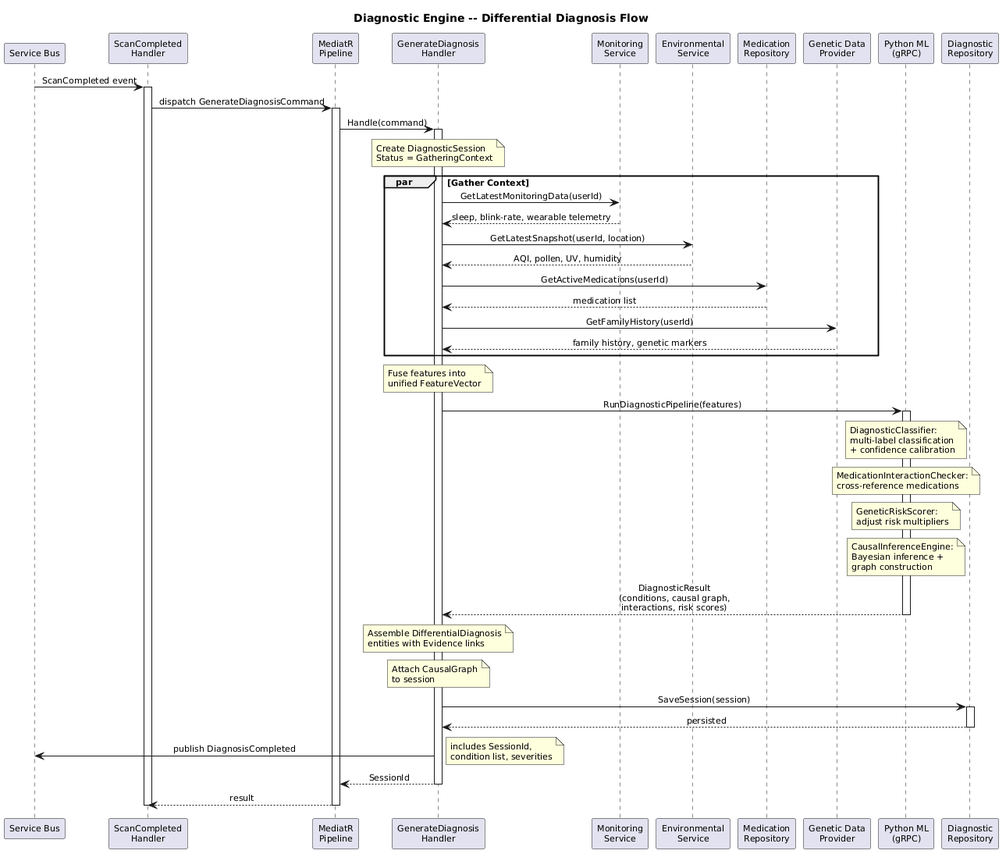
QuinntyneBrown/ClearEyeQ keeps this PlantUML diagram as docs/detailed-design/05-diagnostic-engine/seq-differential-diagnosis.png. Above is the earlier version.
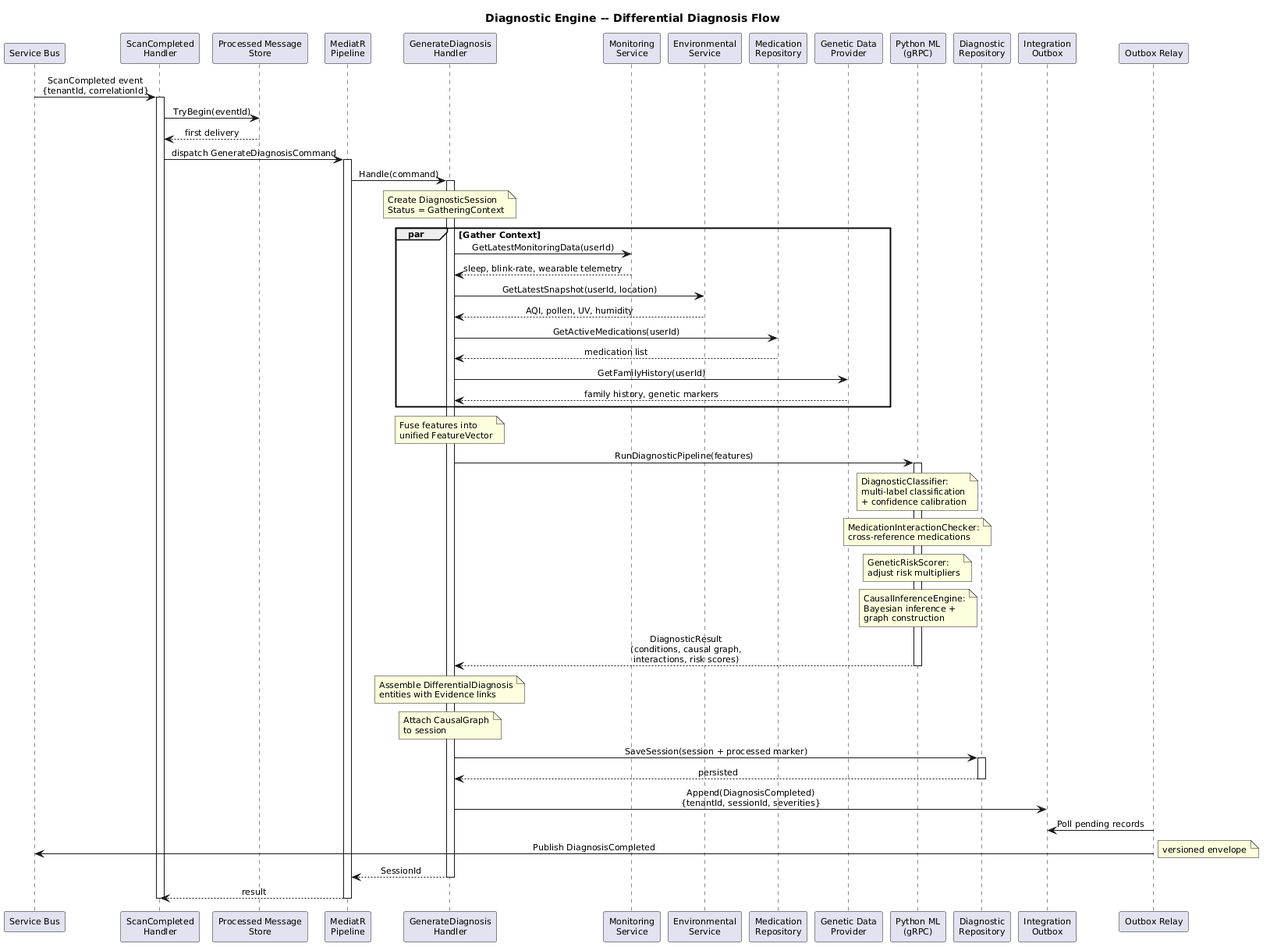
Above is the later version.

Diff of the diagram source:
```diff
@@ -6,6 +6,7 @@
 
 participant "Service Bus" as Bus
 participant "ScanCompleted\nHandler" as Handler
+participant "Processed Message\nStore" as Inbox
 participant "MediatR\nPipeline" as MediatR
 participant "GenerateDiagnosis\nHandler" as CmdHandler
 participant "Monitoring\nService" as MonSvc
@@ -14,9 +15,14 @@
 participant "Genetic Data\nProvider" as GenProv
 participant "Python ML\n(gRPC)" as ML
 participant "Diagnostic\nRepository" as Repo
+participant "Integration\nOutbox" as Outbox
+participant "Outbox Relay" as Relay
 
-Bus -> Handler : ScanCompleted event
+Bus -> Handler : ScanCompleted event\n{tenantId, correlationId}
 activate Handler
+
+Handler -> Inbox : TryBegin(eventId)
+Inbox --> Handler : first delivery
 
 Handler -> MediatR : dispatch GenerateDiagnosisCommand
 activate MediatR
@@ -57,13 +63,15 @@
 
 note over CmdHandler : Attach CausalGraph\nto session
 
-CmdHandler -> Repo : SaveSession(session)
+CmdHandler -> Repo : SaveSession(session + processed marker)
 activate Repo
 Repo --> CmdHandler : persisted
 deactivate Repo
 
-CmdHandler -> Bus : publish DiagnosisCompleted
-note right : includes SessionId,\ncondition list, severities
+CmdHandler -> Outbox : Append(DiagnosisCompleted)\n{tenantId, sessionId, severities}
+Relay -> Outbox : Poll pending records
+Relay -> Bus : Publish DiagnosisCompleted
+note right : versioned envelope
 
 CmdHandler --> MediatR : SessionId
 deactivate CmdHandler
```
